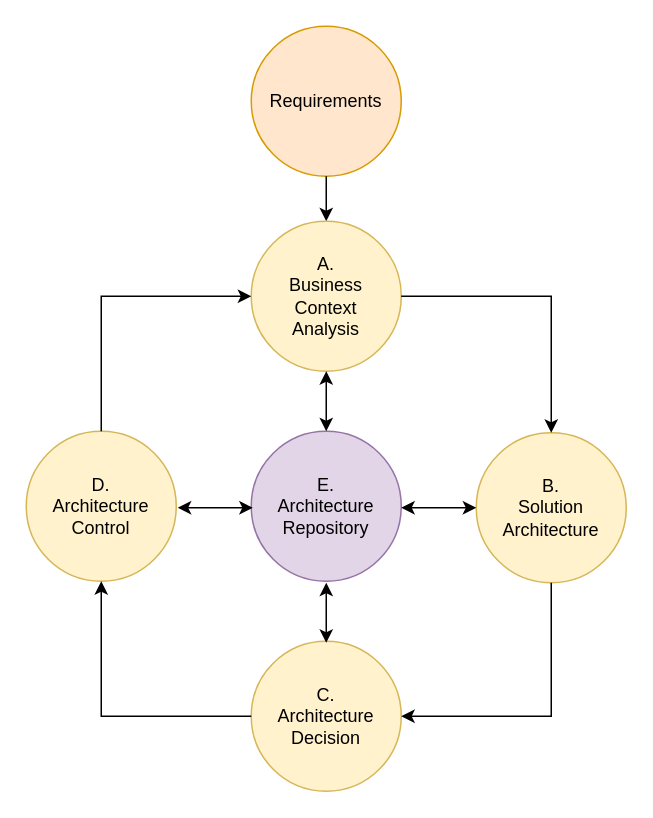
The draw.io diagram page "Basic" (1 of 3) of eac.drawio in germanx/archinomicon, before the edit. Source tidied: cells renumbered, new cells numbered last; positions are measured from the earlier drawing's top-left corner, leaving out a move shared by most shapes. Both pictures are drawn from the tidied source at 150%, with x=0, y=0 at pixel (26, 26).
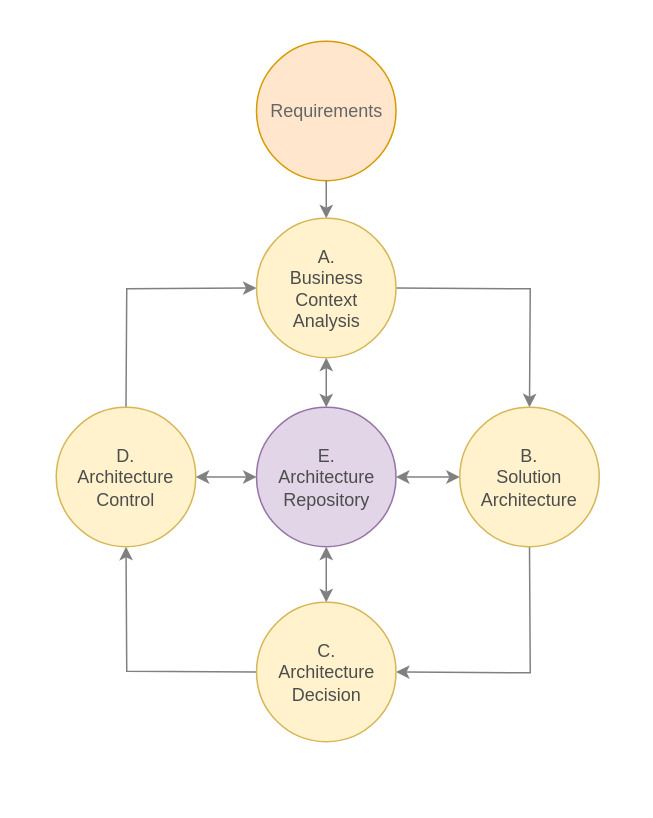
Above is the later version.

Diff of the diagram source:
```diff
@@
-    <mxCell id="2" value="Requirements" style="ellipse;whiteSpace=wrap;html=1;fillColor=#ffe6cc;strokeColor=#d79b00;" parent="1" vertex="1">
-      <mxGeometry x="150" width="100" height="100" as="geometry" />
+    <mxCell id="2" value="Requirements" style="ellipse;whiteSpace=wrap;html=1;fillColor=#ffe6cc;strokeColor=#d79b00;fontColor=#666666;" parent="1" vertex="1">
+      <mxGeometry x="153.5" y="10" width="93" height="93" as="geometry" />
     </mxCell>
-    <mxCell id="3" style="edgeStyle=orthogonalEdgeStyle;rounded=0;jettySize=auto;html=1;startArrow=classic;startFill=1;endArrow=none;endFill=0;" parent="1" edge="1" source="4" target="2">
+    <mxCell id="3" style="edgeStyle=orthogonalEdgeStyle;rounded=0;jettySize=auto;html=1;startArrow=classic;startFill=1;endArrow=none;endFill=0;entryX=0.5;entryY=1;entryDx=0;entryDy=0;exitX=0.5;exitY=0;exitDx=0;exitDy=0;strokeColor=#808080;" parent="1" edge="1" source="4" target="2">
       <mxGeometry relative="1" as="geometry" />
     </mxCell>
-    <mxCell id="4" value="A.&lt;br&gt;Business &lt;br&gt;Context &lt;br&gt;Analysis" style="ellipse;whiteSpace=wrap;html=1;fillColor=#fff2cc;strokeColor=#d6b656;" parent="1" vertex="1">
-      <mxGeometry x="150" y="130" width="100" height="100" as="geometry" />
-    </mxCell>
-    <mxCell id="5" value="B.&lt;br&gt;Solution&lt;br&gt;Architecture" style="ellipse;whiteSpace=wrap;html=1;fillColor=#fff2cc;strokeColor=#d6b656;" parent="1" vertex="1">
-      <mxGeometry x="300" y="271" width="100" height="100" as="geometry" />
-    </mxCell>
-    <mxCell id="6" value="C.&lt;br&gt;Architecture&lt;br&gt;Decision" style="ellipse;whiteSpace=wrap;html=1;fillColor=#fff2cc;strokeColor=#d6b656;" parent="1" vertex="1">
-      <mxGeometry x="150" y="410" width="100" height="100" as="geometry" />
-    </mxCell>
-    <mxCell id="7" value="D.&lt;br&gt;Architecture&lt;br&gt;Control" style="ellipse;whiteSpace=wrap;html=1;fillColor=#fff2cc;strokeColor=#d6b656;" parent="1" vertex="1">
-      <mxGeometry y="270" width="100" height="100" as="geometry" />
-    </mxCell>
-    <mxCell id="8" value="E.&lt;br&gt;Architecture&lt;br&gt;Repository" style="ellipse;whiteSpace=wrap;html=1;fillColor=#e1d5e7;strokeColor=#9673a6;" parent="1" vertex="1">
-      <mxGeometry x="150" y="270" width="100" height="100" as="geometry" />
-    </mxCell>
-    <mxCell id="9" style="endArrow=classic;startArrow=classic;html=1;rounded=0;" parent="1" edge="1">
-      <mxGeometry relative="1" as="geometry">
-        <mxPoint x="300" y="321" as="sourcePoint" />
-        <mxPoint x="250" y="321" as="targetPoint" />
-      </mxGeometry>
+    <mxCell id="9" style="endArrow=classic;startArrow=classic;html=1;rounded=0;entryX=1;entryY=0.5;entryDx=0;entryDy=0;exitX=0;exitY=0.5;exitDx=0;exitDy=0;strokeColor=#808080;fontColor=#666666;" parent="1" edge="1" source="5" target="8">
+      <mxGeometry relative="1" as="geometry" />
     </mxCell>
-    <mxCell id="10" style="endArrow=classic;html=1;rounded=0;entryX=0.5;entryY=0;entryDx=0;entryDy=0;exitX=1;exitY=0.5;exitDx=0;exitDy=0;" parent="1" edge="1" source="4" target="5">
+    <mxCell id="10" style="endArrow=classic;html=1;rounded=0;exitX=1;exitY=0.5;exitDx=0;exitDy=0;entryX=0.5;entryY=0;entryDx=0;entryDy=0;strokeColor=#808080;fontColor=#666666;" parent="1" edge="1" source="4" target="5">
       <mxGeometry relative="1" as="geometry">
         <Array as="points">
-          <mxPoint x="350" y="180" />
+          <mxPoint x="336" y="175" />
         </Array>
       </mxGeometry>
     </mxCell>
-    <mxCell id="11" style="endArrow=classic;html=1;rounded=0;entryX=1;entryY=0.5;entryDx=0;entryDy=0;exitX=0.5;exitY=1;exitDx=0;exitDy=0;" parent="1" edge="1" source="5" target="6">
+    <mxCell id="11" style="endArrow=classic;html=1;rounded=0;entryX=1;entryY=0.5;entryDx=0;entryDy=0;exitX=0.5;exitY=1;exitDx=0;exitDy=0;strokeColor=#808080;fontColor=#666666;" parent="1" edge="1" source="5" target="6">
       <mxGeometry relative="1" as="geometry">
         <Array as="points">
-          <mxPoint x="350" y="460" />
+          <mxPoint x="336" y="431" />
         </Array>
       </mxGeometry>
     </mxCell>
-    <mxCell id="12" style="endArrow=classic;html=1;rounded=0;entryX=0.5;entryY=1;entryDx=0;entryDy=0;exitX=0;exitY=0.5;exitDx=0;exitDy=0;" parent="1" edge="1" source="6" target="7">
+    <mxCell id="12" style="endArrow=classic;html=1;rounded=0;entryX=0.5;entryY=1;entryDx=0;entryDy=0;exitX=0;exitY=0.5;exitDx=0;exitDy=0;strokeColor=#808080;fontColor=#666666;" parent="1" edge="1" source="6" target="7">
       <mxGeometry relative="1" as="geometry">
         <Array as="points">
-          <mxPoint x="50" y="460" />
+          <mxPoint x="67" y="430" />
         </Array>
       </mxGeometry>
     </mxCell>
-    <mxCell id="13" style="endArrow=classic;html=1;rounded=0;entryX=0;entryY=0.5;entryDx=0;entryDy=0;exitX=0.5;exitY=0;exitDx=0;exitDy=0;" parent="1" edge="1" source="7" target="4">
+    <mxCell id="13" style="endArrow=classic;html=1;rounded=0;exitX=0.5;exitY=0;exitDx=0;exitDy=0;strokeColor=#808080;entryX=0;entryY=0.5;entryDx=0;entryDy=0;fontColor=#666666;" parent="1" edge="1" source="7" target="4">
       <mxGeometry relative="1" as="geometry">
         <Array as="points">
-          <mxPoint x="50" y="180" />
+          <mxPoint x="67" y="175" />
         </Array>
       </mxGeometry>
     </mxCell>
-    <mxCell id="14" style="endArrow=classic;startArrow=classic;html=1;rounded=0;entryX=0.5;entryY=1;entryDx=0;entryDy=0;exitX=0.5;exitY=0;exitDx=0;exitDy=0;" parent="1" edge="1">
-      <mxGeometry relative="1" as="geometry">
-        <mxPoint x="200" y="270" as="sourcePoint" />
-        <mxPoint x="200" y="230" as="targetPoint" />
-      </mxGeometry>
+    <mxCell id="14" style="endArrow=classic;startArrow=classic;html=1;rounded=0;entryX=0.5;entryY=1;entryDx=0;entryDy=0;exitX=0.5;exitY=0;exitDx=0;exitDy=0;strokeColor=#808080;fontColor=#666666;" parent="1" edge="1" source="8" target="4">
+      <mxGeometry relative="1" as="geometry" />
     </mxCell>
-    <mxCell id="15" style="endArrow=classic;startArrow=classic;html=1;rounded=0;entryX=0.5;entryY=1;entryDx=0;entryDy=0;exitX=0.5;exitY=0;exitDx=0;exitDy=0;" parent="1" edge="1">
-      <mxGeometry relative="1" as="geometry">
-        <mxPoint x="200" y="411" as="sourcePoint" />
-        <mxPoint x="200" y="371" as="targetPoint" />
-      </mxGeometry>
-    </mxCell>
-    <mxCell id="16" style="endArrow=classic;startArrow=classic;html=1;rounded=0;" parent="1" edge="1">
-      <mxGeometry relative="1" as="geometry">
-        <mxPoint x="151" y="321" as="sourcePoint" />
-        <mxPoint x="101" y="321" as="targetPoint" />
-      </mxGeometry>
+    <mxCell id="16" style="endArrow=classic;startArrow=classic;html=1;rounded=0;exitX=0;exitY=0.5;exitDx=0;exitDy=0;entryX=1;entryY=0.5;entryDx=0;entryDy=0;strokeColor=#808080;fontColor=#666666;" parent="1" edge="1" source="8" target="7">
+      <mxGeometry relative="1" as="geometry" />
     </mxCell>
+    <mxCell id="4" value="&lt;span style=&quot;&quot;&gt;A.&lt;/span&gt;&lt;br&gt;&lt;span style=&quot;&quot;&gt;Business&lt;/span&gt;&lt;br&gt;&lt;span style=&quot;&quot;&gt;Context&lt;/span&gt;&lt;br&gt;&lt;span style=&quot;&quot;&gt;Analysis&lt;/span&gt;" style="ellipse;whiteSpace=wrap;html=1;fillColor=#fff2cc;strokeColor=#d6b656;fontColor=#4D4D4D;" parent="1" vertex="1">
+      <mxGeometry x="153.5" y="128" width="93" height="93" as="geometry" />
+    </mxCell>
+    <mxCell id="7" value="&lt;span style=&quot;&quot;&gt;D.&lt;/span&gt;&lt;br&gt;&lt;span style=&quot;&quot;&gt;Architecture&lt;/span&gt;&lt;br&gt;&lt;span style=&quot;&quot;&gt;Control&lt;/span&gt;" style="ellipse;whiteSpace=wrap;html=1;fillColor=#fff2cc;strokeColor=#d6b656;fontColor=#4D4D4D;" parent="1" vertex="1">
+      <mxGeometry x="20" y="254" width="93" height="93" as="geometry" />
+    </mxCell>
+    <mxCell id="5" value="&lt;span style=&quot;&quot;&gt;B.&lt;/span&gt;&lt;br&gt;&lt;span style=&quot;&quot;&gt;Solution&lt;/span&gt;&lt;br&gt;&lt;span style=&quot;&quot;&gt;Architecture&lt;/span&gt;" style="ellipse;whiteSpace=wrap;html=1;fillColor=#fff2cc;strokeColor=#d6b656;fontColor=#4D4D4D;" parent="1" vertex="1">
+      <mxGeometry x="289" y="254" width="93" height="93" as="geometry" />
+    </mxCell>
+    <mxCell id="17" style="edgeStyle=none;html=1;entryX=0.5;entryY=1;entryDx=0;entryDy=0;exitX=0.5;exitY=0;exitDx=0;exitDy=0;startArrow=classic;startFill=1;strokeColor=#808080;fontColor=#666666;" parent="1" edge="1" source="6" target="8">
+      <mxGeometry relative="1" as="geometry" />
+    </mxCell>
+    <mxCell id="6" value="&lt;span style=&quot;&quot;&gt;C.&lt;/span&gt;&lt;br&gt;&lt;span style=&quot;&quot;&gt;Architecture&lt;/span&gt;&lt;br&gt;&lt;span style=&quot;&quot;&gt;Decision&lt;/span&gt;" style="ellipse;whiteSpace=wrap;html=1;fillColor=#fff2cc;strokeColor=#d6b656;fontColor=#4D4D4D;" parent="1" vertex="1">
+      <mxGeometry x="153.5" y="384" width="93" height="93" as="geometry" />
+    </mxCell>
+    <mxCell id="8" value="&lt;span style=&quot;&quot;&gt;E.&lt;/span&gt;&lt;br&gt;&lt;span style=&quot;&quot;&gt;Architecture&lt;/span&gt;&lt;br&gt;&lt;span style=&quot;&quot;&gt;Repository&lt;/span&gt;" style="ellipse;whiteSpace=wrap;html=1;fillColor=#e1d5e7;strokeColor=#9673a6;fontColor=#4D4D4D;" parent="1" vertex="1">
+      <mxGeometry x="153.5" y="254" width="93" height="93" as="geometry" />
+    </mxCell>
```
